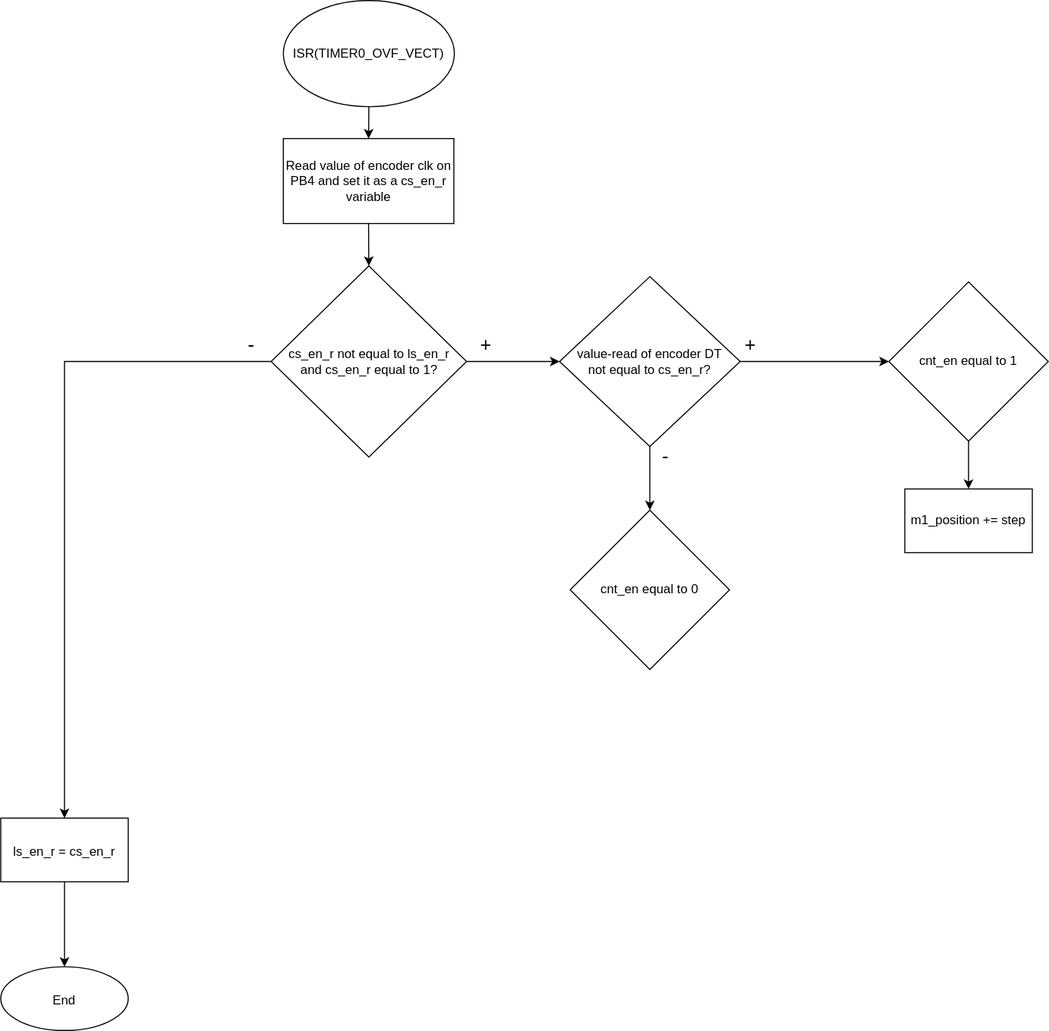
This is projects/project2/rotating_servos.drawio.svg from OndraFoltyn/digital-electronics-2, a draw.io export, as it was before one commit. Source tidied: cells renumbered, new cells last; positions are measured from the earlier drawing's top-left corner, leaving out a move shared by most shapes. The source it was exported from:
```xml
<mxGraphModel>
  <root>
    <mxCell id="0" />
    <mxCell id="1" parent="0" />
    <mxCell id="2" style="edgeStyle=orthogonalEdgeStyle;rounded=0;jettySize=auto;html=1;exitX=0.5;exitY=1;exitDx=0;exitDy=0;entryX=0.5;entryY=0;entryDx=0;entryDy=0;" parent="1" edge="1" source="3" target="5">
      <mxGeometry relative="1" as="geometry" />
    </mxCell>
    <mxCell id="3" value="ISR(TIMER0_OVF_VECT)" style="ellipse;whiteSpace=wrap;html=1;" parent="1" vertex="1">
      <mxGeometry x="266" width="161" height="100" as="geometry" />
    </mxCell>
    <mxCell id="4" style="edgeStyle=orthogonalEdgeStyle;rounded=0;jettySize=auto;html=1;exitX=0.5;exitY=1;exitDx=0;exitDy=0;entryX=0.5;entryY=0;entryDx=0;entryDy=0;" parent="1" edge="1" source="5" target="8">
      <mxGeometry relative="1" as="geometry" />
    </mxCell>
    <mxCell id="5" value="Read value of encoder clk on PB4 and set it as a cs_en_r variable" style="whiteSpace=wrap;html=1;" parent="1" vertex="1">
      <mxGeometry x="266" y="130" width="160.5" height="80" as="geometry" />
    </mxCell>
    <mxCell id="6" style="edgeStyle=orthogonalEdgeStyle;rounded=0;jettySize=auto;html=1;exitX=0;exitY=0.5;exitDx=0;exitDy=0;" parent="1" edge="1" source="8" target="10">
      <mxGeometry relative="1" as="geometry" />
    </mxCell>
    <mxCell id="7" style="edgeStyle=orthogonalEdgeStyle;rounded=0;jettySize=auto;html=1;exitX=1;exitY=0.5;exitDx=0;exitDy=0;entryX=0;entryY=0.5;entryDx=0;entryDy=0;" parent="1" edge="1" source="8" target="15">
      <mxGeometry relative="1" as="geometry" />
    </mxCell>
    <mxCell id="8" value="cs_en_r not equal to ls_en_r &lt;br&gt;and cs_en_r equal to 1?" style="rhombus;whiteSpace=wrap;html=1;" parent="1" vertex="1">
      <mxGeometry x="254.6" y="250" width="183.9" height="180" as="geometry" />
    </mxCell>
    <mxCell id="9" style="edgeStyle=orthogonalEdgeStyle;rounded=0;jettySize=auto;html=1;fontSize=18;" parent="1" edge="1" source="10" target="11">
      <mxGeometry relative="1" as="geometry" />
    </mxCell>
    <mxCell id="10" value="&lt;font style=&quot;font-size: 12px;&quot;&gt;ls_en_r = cs_en_r&lt;/font&gt;" style="rounded=0;whiteSpace=wrap;html=1;fontSize=18;" parent="1" vertex="1">
      <mxGeometry y="770" width="120" height="60" as="geometry" />
    </mxCell>
    <mxCell id="11" value="&lt;font style=&quot;font-size: 12px;&quot;&gt;End&lt;/font&gt;" style="ellipse;whiteSpace=wrap;html=1;fontSize=18;rounded=0;" parent="1" vertex="1">
      <mxGeometry y="910" width="120" height="60" as="geometry" />
    </mxCell>
    <mxCell id="12" value="&lt;font style=&quot;font-size: 18px;&quot;&gt;-&lt;/font&gt;" style="text;html=1;strokeColor=none;fillColor=none;align=center;verticalAlign=middle;whiteSpace=wrap;rounded=0;" parent="1" vertex="1">
      <mxGeometry x="206" y="310" width="60" height="30" as="geometry" />
    </mxCell>
    <mxCell id="13" style="edgeStyle=orthogonalEdgeStyle;rounded=0;jettySize=auto;html=1;exitX=1;exitY=0.5;exitDx=0;exitDy=0;entryX=0;entryY=0.5;entryDx=0;entryDy=0;" parent="1" edge="1" source="15" target="18">
      <mxGeometry relative="1" as="geometry" />
    </mxCell>
    <mxCell id="14" style="edgeStyle=orthogonalEdgeStyle;rounded=0;jettySize=auto;html=1;exitX=0.5;exitY=1;exitDx=0;exitDy=0;" parent="1" edge="1" source="15" target="20">
      <mxGeometry relative="1" as="geometry" />
    </mxCell>
    <mxCell id="15" value="value-read of encoder DT &lt;br&gt;not equal to cs_en_r?" style="rhombus;whiteSpace=wrap;html=1;" parent="1" vertex="1">
      <mxGeometry x="526" y="260" width="170" height="160" as="geometry" />
    </mxCell>
    <mxCell id="16" value="&lt;span style=&quot;font-size: 18px;&quot;&gt;+&lt;/span&gt;" style="text;html=1;strokeColor=none;fillColor=none;align=center;verticalAlign=middle;whiteSpace=wrap;rounded=0;" parent="1" vertex="1">
      <mxGeometry x="426.5" y="310" width="60" height="30" as="geometry" />
    </mxCell>
    <mxCell id="17" style="edgeStyle=orthogonalEdgeStyle;rounded=0;jettySize=auto;html=1;" parent="1" edge="1" source="18" target="23">
      <mxGeometry relative="1" as="geometry" />
    </mxCell>
    <mxCell id="18" value="cnt_en equal to 1" style="rhombus;whiteSpace=wrap;html=1;" parent="1" vertex="1">
      <mxGeometry x="836" y="265" width="150" height="150" as="geometry" />
    </mxCell>
    <mxCell id="19" value="&lt;span style=&quot;font-size: 18px;&quot;&gt;+&lt;/span&gt;" style="text;html=1;strokeColor=none;fillColor=none;align=center;verticalAlign=middle;whiteSpace=wrap;rounded=0;" parent="1" vertex="1">
      <mxGeometry x="676" y="310" width="60" height="30" as="geometry" />
    </mxCell>
    <mxCell id="20" value="cnt_en equal to 0" style="rhombus;whiteSpace=wrap;html=1;" parent="1" vertex="1">
      <mxGeometry x="536" y="480" width="150" height="150" as="geometry" />
    </mxCell>
    <mxCell id="21" value="&lt;font style=&quot;font-size: 18px;&quot;&gt;-&lt;/font&gt;" style="text;html=1;strokeColor=none;fillColor=none;align=center;verticalAlign=middle;whiteSpace=wrap;rounded=0;" parent="1" vertex="1">
      <mxGeometry x="596" y="415" width="60" height="30" as="geometry" />
    </mxCell>
    <mxCell id="22" style="edgeStyle=orthogonalEdgeStyle;rounded=0;orthogonalLoop=1;jettySize=auto;html=1;exitX=0.5;exitY=1;exitDx=0;exitDy=0;" parent="1" edge="1" source="18" target="18">
      <mxGeometry relative="1" as="geometry" />
    </mxCell>
    <mxCell id="23" value="m1_position += step" style="whiteSpace=wrap;html=1;" parent="1" vertex="1">
      <mxGeometry x="851" y="460" width="120" height="60" as="geometry" />
    </mxCell>
  </root>
</mxGraphModel>
```
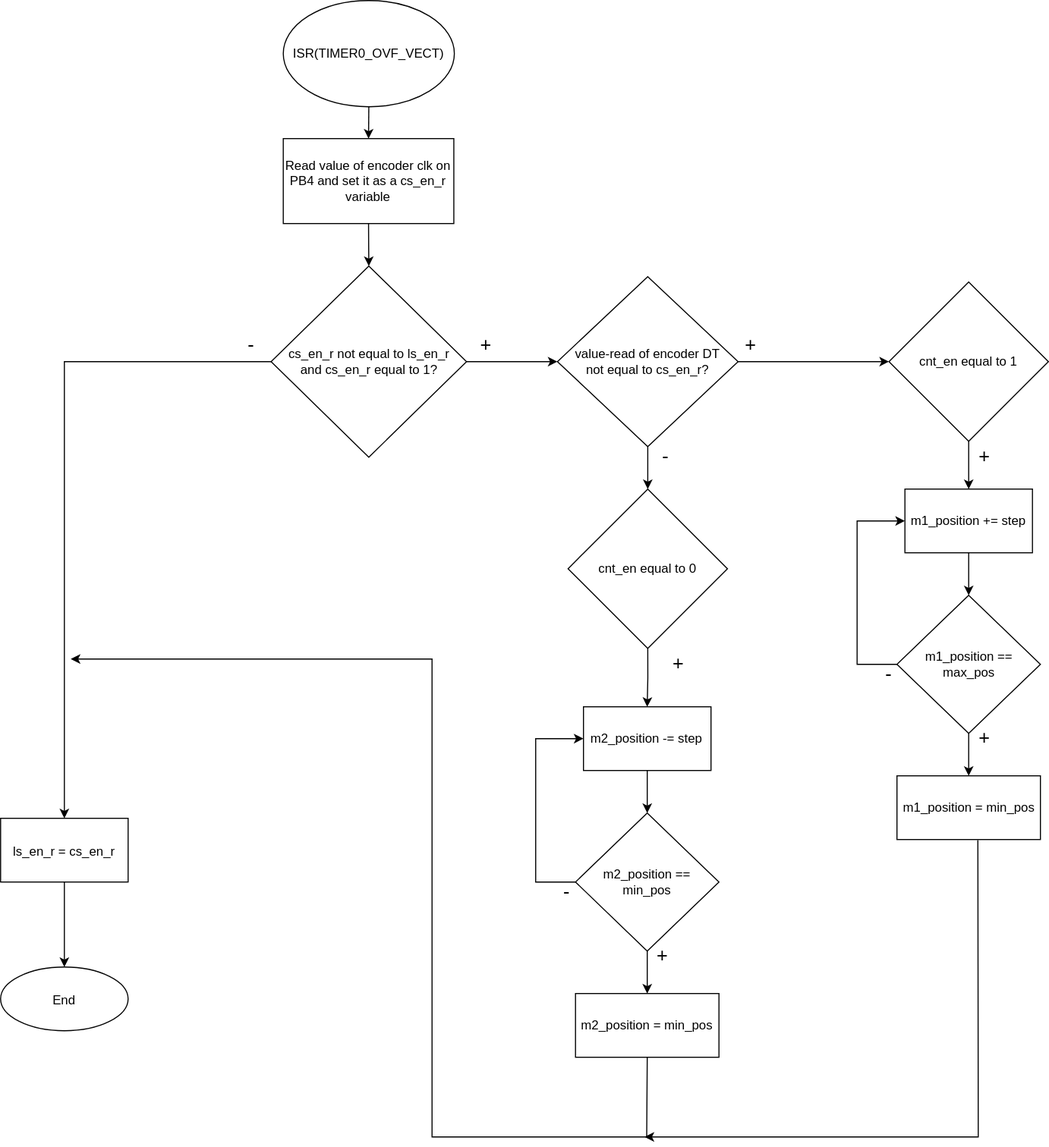
Above is the later version.

The edit, as a diff of the source:
```diff
@@ -42,7 +42,7 @@
       <mxGeometry relative="1" as="geometry" />
     </mxCell>
     <mxCell id="15" value="value-read of encoder DT &lt;br&gt;not equal to cs_en_r?" style="rhombus;whiteSpace=wrap;html=1;" parent="1" vertex="1">
-      <mxGeometry x="526" y="260" width="170" height="160" as="geometry" />
+      <mxGeometry x="524" y="260" width="170" height="160" as="geometry" />
     </mxCell>
     <mxCell id="16" value="&lt;span style=&quot;font-size: 18px;&quot;&gt;+&lt;/span&gt;" style="text;html=1;strokeColor=none;fillColor=none;align=center;verticalAlign=middle;whiteSpace=wrap;rounded=0;" parent="1" vertex="1">
       <mxGeometry x="426.5" y="310" width="60" height="30" as="geometry" />
@@ -57,7 +57,7 @@
       <mxGeometry x="676" y="310" width="60" height="30" as="geometry" />
     </mxCell>
     <mxCell id="20" value="cnt_en equal to 0" style="rhombus;whiteSpace=wrap;html=1;" parent="1" vertex="1">
-      <mxGeometry x="536" y="480" width="150" height="150" as="geometry" />
+      <mxGeometry x="534" y="460" width="150" height="150" as="geometry" />
     </mxCell>
     <mxCell id="21" value="&lt;font style=&quot;font-size: 18px;&quot;&gt;-&lt;/font&gt;" style="text;html=1;strokeColor=none;fillColor=none;align=center;verticalAlign=middle;whiteSpace=wrap;rounded=0;" parent="1" vertex="1">
       <mxGeometry x="596" y="415" width="60" height="30" as="geometry" />
@@ -65,8 +65,96 @@
     <mxCell id="22" style="edgeStyle=orthogonalEdgeStyle;rounded=0;orthogonalLoop=1;jettySize=auto;html=1;exitX=0.5;exitY=1;exitDx=0;exitDy=0;" parent="1" edge="1" source="18" target="18">
       <mxGeometry relative="1" as="geometry" />
     </mxCell>
+    <mxCell id="24" style="edgeStyle=orthogonalEdgeStyle;rounded=0;jettySize=auto;html=1;" parent="1" edge="1" source="23" target="27">
+      <mxGeometry relative="1" as="geometry" />
+    </mxCell>
     <mxCell id="23" value="m1_position += step" style="whiteSpace=wrap;html=1;" parent="1" vertex="1">
       <mxGeometry x="851" y="460" width="120" height="60" as="geometry" />
     </mxCell>
+    <mxCell id="25" style="edgeStyle=orthogonalEdgeStyle;rounded=0;jettySize=auto;html=1;" parent="1" edge="1" source="27" target="28">
+      <mxGeometry relative="1" as="geometry" />
+    </mxCell>
+    <mxCell id="26" style="edgeStyle=orthogonalEdgeStyle;rounded=0;jettySize=auto;html=1;exitX=0;exitY=0.5;exitDx=0;exitDy=0;entryX=0;entryY=0.5;entryDx=0;entryDy=0;" parent="1" edge="1" source="27" target="23">
+      <mxGeometry relative="1" as="geometry">
+        <Array as="points">
+          <mxPoint x="806" y="625" />
+          <mxPoint x="806" y="490" />
+        </Array>
+      </mxGeometry>
+    </mxCell>
+    <mxCell id="27" value="m1_position == max_pos" style="rhombus;whiteSpace=wrap;html=1;" parent="1" vertex="1">
+      <mxGeometry x="843.5" y="560" width="135" height="130" as="geometry" />
+    </mxCell>
+    <mxCell id="28" value="m1_position = min_pos" style="whiteSpace=wrap;html=1;" parent="1" vertex="1">
+      <mxGeometry x="843.5" y="730" width="135" height="60" as="geometry" />
+    </mxCell>
+    <mxCell id="29" value="&lt;span style=&quot;font-size: 18px;&quot;&gt;+&lt;/span&gt;" style="text;html=1;strokeColor=none;fillColor=none;align=center;verticalAlign=middle;whiteSpace=wrap;rounded=0;" parent="1" vertex="1">
+      <mxGeometry x="896" y="415" width="60" height="30" as="geometry" />
+    </mxCell>
+    <mxCell id="30" value="&lt;span style=&quot;font-size: 18px;&quot;&gt;+&lt;/span&gt;" style="text;html=1;strokeColor=none;fillColor=none;align=center;verticalAlign=middle;whiteSpace=wrap;rounded=0;" parent="1" vertex="1">
+      <mxGeometry x="896" y="680" width="60" height="30" as="geometry" />
+    </mxCell>
+    <mxCell id="31" value="&lt;font style=&quot;font-size: 18px;&quot;&gt;-&lt;/font&gt;" style="text;html=1;strokeColor=none;fillColor=none;align=center;verticalAlign=middle;whiteSpace=wrap;rounded=0;" parent="1" vertex="1">
+      <mxGeometry x="806" y="620" width="60" height="30" as="geometry" />
+    </mxCell>
+    <mxCell id="32" style="edgeStyle=orthogonalEdgeStyle;rounded=0;jettySize=auto;html=1;exitX=0.5;exitY=1;exitDx=0;exitDy=0;" parent="1" edge="1" source="20" target="35">
+      <mxGeometry relative="1" as="geometry" />
+    </mxCell>
+    <mxCell id="33" style="edgeStyle=orthogonalEdgeStyle;rounded=0;orthogonalLoop=1;jettySize=auto;html=1;exitX=0.5;exitY=1;exitDx=0;exitDy=0;" parent="1" edge="1">
+      <mxGeometry relative="1" as="geometry">
+        <mxPoint x="608.5" y="620" as="sourcePoint" />
+        <mxPoint x="608.5" y="620" as="targetPoint" />
+      </mxGeometry>
+    </mxCell>
+    <mxCell id="34" style="edgeStyle=orthogonalEdgeStyle;rounded=0;jettySize=auto;html=1;" parent="1" edge="1" source="35" target="38">
+      <mxGeometry relative="1" as="geometry" />
+    </mxCell>
+    <mxCell id="35" value="m2_position -= step" style="whiteSpace=wrap;html=1;" parent="1" vertex="1">
+      <mxGeometry x="548.5" y="665" width="120" height="60" as="geometry" />
+    </mxCell>
+    <mxCell id="36" style="edgeStyle=orthogonalEdgeStyle;rounded=0;jettySize=auto;html=1;" parent="1" edge="1" source="38" target="39">
+      <mxGeometry relative="1" as="geometry" />
+    </mxCell>
+    <mxCell id="37" style="edgeStyle=orthogonalEdgeStyle;rounded=0;jettySize=auto;html=1;exitX=0;exitY=0.5;exitDx=0;exitDy=0;entryX=0;entryY=0.5;entryDx=0;entryDy=0;" parent="1" edge="1" source="38" target="35">
+      <mxGeometry relative="1" as="geometry">
+        <Array as="points">
+          <mxPoint x="503.5" y="830" />
+          <mxPoint x="503.5" y="695" />
+        </Array>
+      </mxGeometry>
+    </mxCell>
+    <mxCell id="38" value="m2_position == &lt;br&gt;min_pos" style="rhombus;whiteSpace=wrap;html=1;" parent="1" vertex="1">
+      <mxGeometry x="541" y="765" width="135" height="130" as="geometry" />
+    </mxCell>
+    <mxCell id="39" value="m2_position = min_pos" style="whiteSpace=wrap;html=1;" parent="1" vertex="1">
+      <mxGeometry x="541" y="935" width="135" height="60" as="geometry" />
+    </mxCell>
+    <mxCell id="40" value="&lt;span style=&quot;font-size: 18px;&quot;&gt;+&lt;/span&gt;" style="text;html=1;strokeColor=none;fillColor=none;align=center;verticalAlign=middle;whiteSpace=wrap;rounded=0;" parent="1" vertex="1">
+      <mxGeometry x="608.5" y="610" width="60" height="30" as="geometry" />
+    </mxCell>
+    <mxCell id="41" value="&lt;span style=&quot;font-size: 18px;&quot;&gt;+&lt;/span&gt;" style="text;html=1;strokeColor=none;fillColor=none;align=center;verticalAlign=middle;whiteSpace=wrap;rounded=0;" parent="1" vertex="1">
+      <mxGeometry x="593.5" y="885" width="60" height="30" as="geometry" />
+    </mxCell>
+    <mxCell id="42" value="&lt;font style=&quot;font-size: 18px;&quot;&gt;-&lt;/font&gt;" style="text;html=1;strokeColor=none;fillColor=none;align=center;verticalAlign=middle;whiteSpace=wrap;rounded=0;" parent="1" vertex="1">
+      <mxGeometry x="503.5" y="825" width="60" height="30" as="geometry" />
+    </mxCell>
+    <mxCell id="43" style="endArrow=classic;html=1;rounded=0;exitX=0.5;exitY=1;exitDx=0;exitDy=0;" parent="1" edge="1" source="39">
+      <mxGeometry relative="1" as="geometry">
+        <mxPoint x="66" y="620" as="targetPoint" />
+        <Array as="points">
+          <mxPoint x="608" y="1070" />
+          <mxPoint x="406" y="1070" />
+          <mxPoint x="406" y="620" />
+        </Array>
+      </mxGeometry>
+    </mxCell>
+    <mxCell id="44" style="endArrow=classic;html=1;rounded=0;exitX=0.564;exitY=1.009;exitDx=0;exitDy=0;exitPerimeter=0;" parent="1" edge="1" source="28">
+      <mxGeometry relative="1" as="geometry">
+        <mxPoint x="606" y="1070" as="targetPoint" />
+        <Array as="points">
+          <mxPoint x="920" y="1070" />
+        </Array>
+      </mxGeometry>
+    </mxCell>
   </root>
 </mxGraphModel>
```
